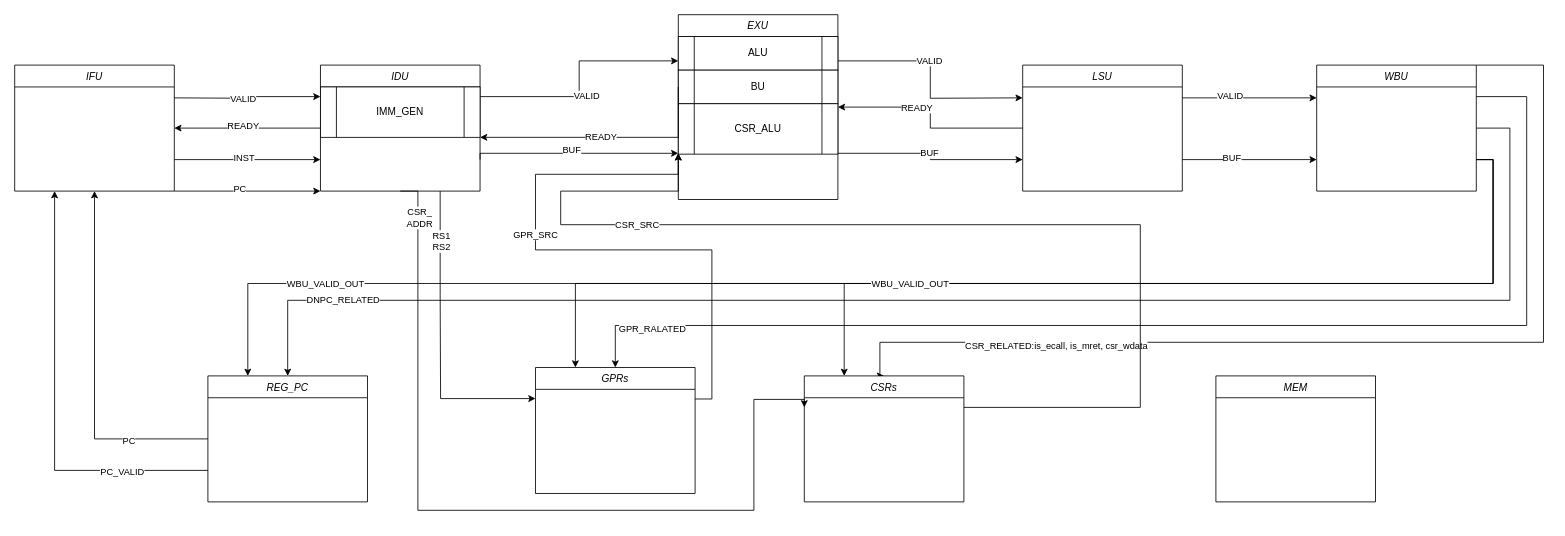
This is efactor_npc.drawio from rand-kcs/demo, a draw.io file, before an edit. Source tidied: cells renumbered, new cells numbered last; positions are measured from the earlier drawing's top-left corner, leaving out a move shared by most shapes. Both pictures are drawn from the tidied source at 84%, with x=0, y=0 at pixel (14, 14).
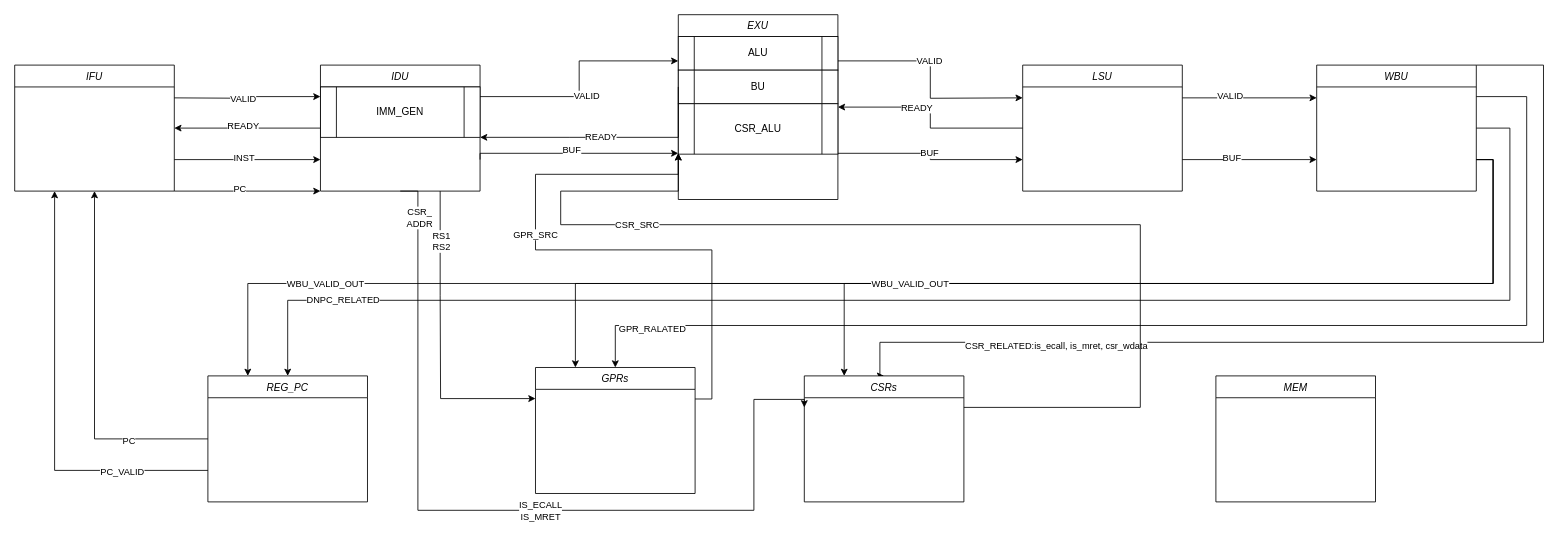
After the change.

The change refers to these unchanged cells:
```xml
<mxCell id="33" style="edgeStyle=orthogonalEdgeStyle;rounded=0;jettySize=auto;html=1;exitX=0.5;exitY=1;exitDx=0;exitDy=0;entryX=0;entryY=0.25;entryDx=0;entryDy=0;" parent="1" edge="1" source="37" target="59">
  <mxGeometry relative="1" as="geometry">
    <Array as="points">
      <mxPoint x="480" y="210" />
      <mxPoint x="480" y="590" />
      <mxPoint x="880" y="590" />
      <mxPoint x="880" y="458" />
      <mxPoint x="940" y="458" />
    </Array>
  </mxGeometry>
</mxCell>
```

Diff of the diagram source:
```diff
@@
+    <mxCell id="62" value="IS_ECALL&lt;div&gt;IS_MRET&lt;/div&gt;" style="edgeLabel;html=1;align=center;verticalAlign=middle;" parent="33" vertex="1">
+      <mxGeometry x="0.09" relative="1" as="geometry" />
+    </mxCell>
```
